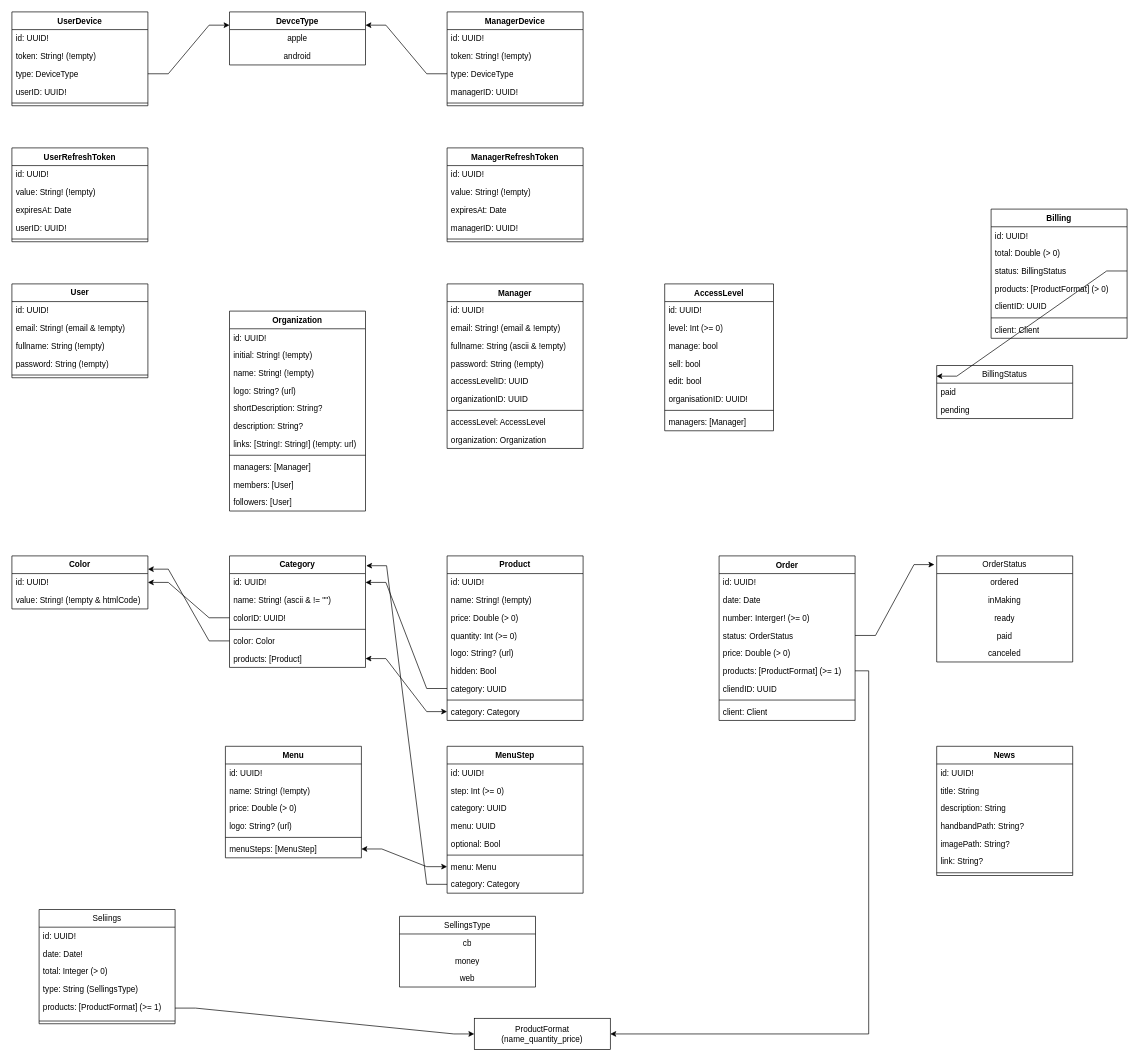
Earlier version of the draw.io diagram Labeli DB.drawio (FlorianClaisse/drawio). Source tidied: cells renumbered, new cells numbered last; positions are measured from the earlier drawing's top-left corner, leaving out a move shared by most shapes. Both pictures are drawn from the tidied source at 68%, with x=0, y=0 at pixel (12, 12).
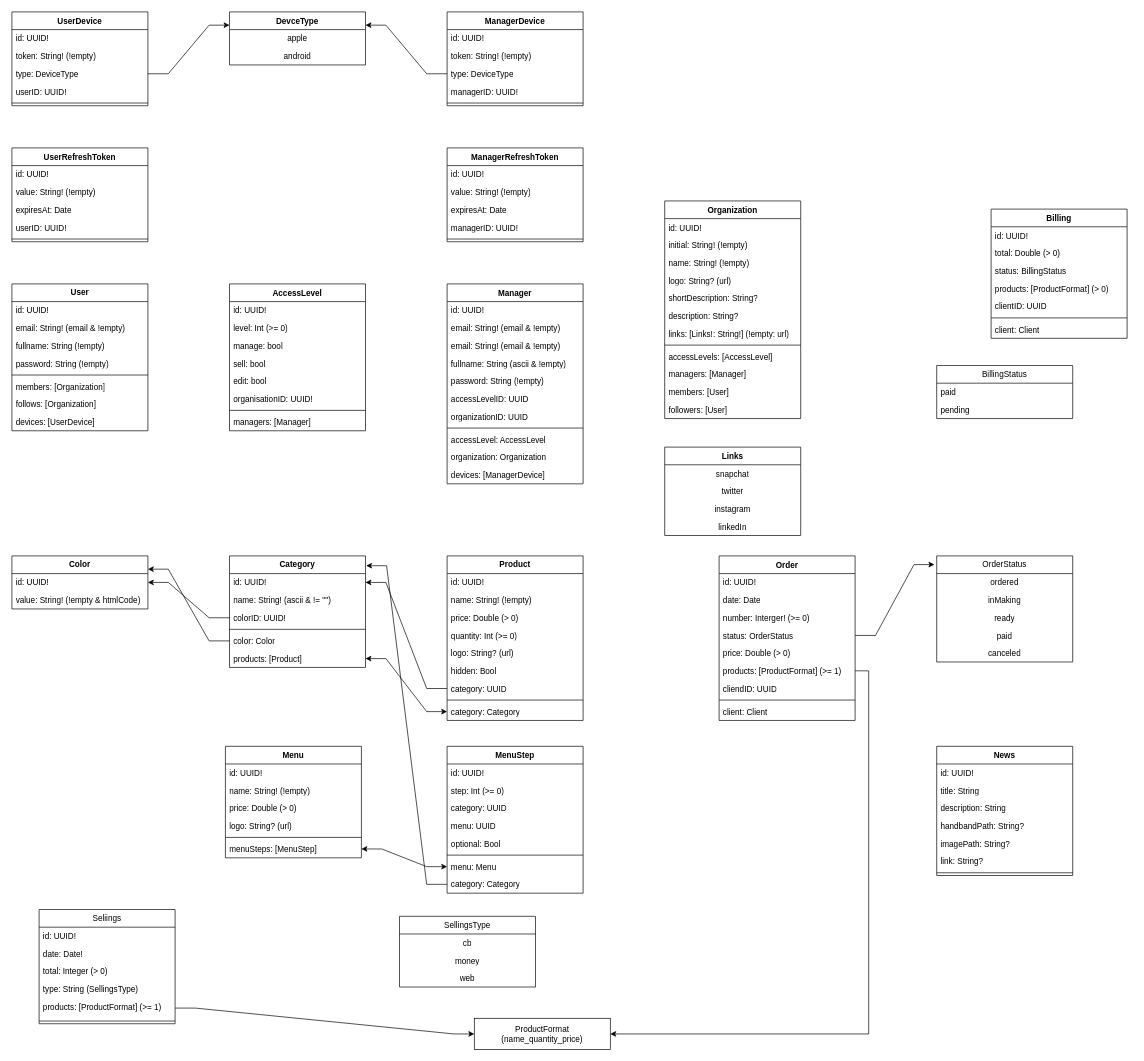
Above is the later version.

Commit message (it also covers changes not shown here):
Mettre à jour Labeli DB.drawio

The change refers to these unchanged cells:
```xml
<mxCell id="102" value="status: BillingStatus" style="text;strokeColor=none;fillColor=none;align=left;verticalAlign=top;spacingLeft=4;spacingRight=4;overflow=hidden;points=[[0,0.5],[1,0.5]];portConstraint=eastwest;whiteSpace=wrap;html=1;" parent="99" vertex="1">
  <mxGeometry y="78" width="200" height="26" as="geometry" />
</mxCell>
<mxCell id="107" value="BillingStatus" style="swimlane;fontStyle=0;horizontal=1;startSize=26;fillColor=none;whiteSpace=wrap;html=1;" parent="1" vertex="1">
  <mxGeometry x="1360" y="520" width="200" height="78" as="geometry" />
</mxCell>
```

Diff of the diagram source:
```diff
@@
     <mxCell id="9" value="User" style="swimlane;fontStyle=1;horizontal=1;startSize=26;fillColor=none;whiteSpace=wrap;html=1;" parent="1" vertex="1">
-      <mxGeometry y="400" width="200" height="138" as="geometry" />
+      <mxGeometry y="400" width="200" height="216" as="geometry" />
     </mxCell>
@@
+    <mxCell id="161" value="members: [Organization]" style="text;strokeColor=none;fillColor=none;align=left;verticalAlign=top;spacingLeft=4;spacingRight=4;overflow=hidden;whiteSpace=wrap;html=1;" parent="9" vertex="1">
+      <mxGeometry y="138" width="200" height="26" as="geometry" />
+    </mxCell>
+    <mxCell id="162" value="follows: [Organization]" style="text;strokeColor=none;fillColor=none;align=left;verticalAlign=top;spacingLeft=4;spacingRight=4;overflow=hidden;whiteSpace=wrap;html=1;" parent="9" vertex="1">
+      <mxGeometry y="164" width="200" height="26" as="geometry" />
+    </mxCell>
+    <mxCell id="163" value="devices: [UserDevice&lt;span style=&quot;background-color: initial;&quot;&gt;]&lt;/span&gt;" style="text;strokeColor=none;fillColor=none;align=left;verticalAlign=top;spacingLeft=4;spacingRight=4;overflow=hidden;whiteSpace=wrap;html=1;" parent="9" vertex="1">
+      <mxGeometry y="190" width="200" height="26" as="geometry" />
+    </mxCell>
@@
     <mxCell id="28" value="Manager" style="swimlane;fontStyle=1;align=center;verticalAlign=top;horizontal=1;startSize=26;whiteSpace=wrap;html=1;" parent="1" vertex="1">
-      <mxGeometry x="640" y="400" width="200" height="242" as="geometry" />
+      <mxGeometry x="640" y="400" width="200" height="294" as="geometry" />
     </mxCell>
@@
+    <mxCell id="164" value="email: String! (email &amp;amp; !empty)" style="text;strokeColor=none;fillColor=none;align=left;verticalAlign=top;spacingLeft=4;spacingRight=4;overflow=hidden;whiteSpace=wrap;html=1;" parent="28" vertex="1">
+      <mxGeometry y="52" width="200" height="26" as="geometry" />
+    </mxCell>
     <mxCell id="30" value="email: String! (email &amp;amp; !empty)" style="text;strokeColor=none;fillColor=none;align=left;verticalAlign=top;spacingLeft=4;spacingRight=4;overflow=hidden;whiteSpace=wrap;html=1;" parent="28" vertex="1">
-      <mxGeometry y="52" width="200" height="26" as="geometry" />
+      <mxGeometry y="78" width="200" height="26" as="geometry" />
     </mxCell>
     <mxCell id="31" value="fullname: String (ascii &amp;amp; !empty)" style="text;strokeColor=none;fillColor=none;align=left;verticalAlign=top;spacingLeft=4;spacingRight=4;overflow=hidden;whiteSpace=wrap;html=1;" parent="28" vertex="1">
-      <mxGeometry y="78" width="200" height="26" as="geometry" />
+      <mxGeometry y="104" width="200" height="26" as="geometry" />
     </mxCell>
     <mxCell id="32" value="password: String (!empty)" style="text;strokeColor=none;fillColor=none;align=left;verticalAlign=top;spacingLeft=4;spacingRight=4;overflow=hidden;whiteSpace=wrap;html=1;" parent="28" vertex="1">
-      <mxGeometry y="104" width="200" height="26" as="geometry" />
+      <mxGeometry y="130" width="200" height="26" as="geometry" />
     </mxCell>
     <mxCell id="33" value="accessLevelID: UUID" style="text;strokeColor=none;fillColor=none;align=left;verticalAlign=top;spacingLeft=4;spacingRight=4;overflow=hidden;whiteSpace=wrap;html=1;" parent="28" vertex="1">
-      <mxGeometry y="130" width="200" height="26" as="geometry" />
+      <mxGeometry y="156" width="200" height="26" as="geometry" />
     </mxCell>
     <mxCell id="34" value="organizationID: UUID&amp;nbsp;" style="text;strokeColor=none;fillColor=none;align=left;verticalAlign=top;spacingLeft=4;spacingRight=4;overflow=hidden;whiteSpace=wrap;html=1;" parent="28" vertex="1">
-      <mxGeometry y="156" width="200" height="26" as="geometry" />
+      <mxGeometry y="182" width="200" height="26" as="geometry" />
     </mxCell>
     <mxCell id="35" style="line;strokeWidth=1;fillColor=none;align=left;verticalAlign=middle;spacingTop=-1;spacingLeft=3;spacingRight=3;labelPosition=right;strokeColor=inherit;" parent="28" vertex="1">
-      <mxGeometry y="182" width="200" height="8" as="geometry" />
+      <mxGeometry y="208" width="200" height="8" as="geometry" />
     </mxCell>
     <mxCell id="36" value="accessLevel: AccessLevel" style="text;strokeColor=none;fillColor=none;align=left;verticalAlign=top;spacingLeft=4;spacingRight=4;overflow=hidden;whiteSpace=wrap;html=1;" parent="28" vertex="1">
-      <mxGeometry y="190" width="200" height="26" as="geometry" />
+      <mxGeometry y="216" width="200" height="26" as="geometry" />
     </mxCell>
     <mxCell id="37" value="organization: Organization" style="text;strokeColor=none;fillColor=none;align=left;verticalAlign=top;spacingLeft=4;spacingRight=4;overflow=hidden;whiteSpace=wrap;html=1;" parent="28" vertex="1">
-      <mxGeometry y="216" width="200" height="26" as="geometry" />
+      <mxGeometry y="242" width="200" height="26" as="geometry" />
     </mxCell>
+    <mxCell id="165" value="devices: [ManagerDevice]" style="text;strokeColor=none;fillColor=none;align=left;verticalAlign=top;spacingLeft=4;spacingRight=4;overflow=hidden;whiteSpace=wrap;html=1;" parent="28" vertex="1">
+      <mxGeometry y="268" width="200" height="26" as="geometry" />
+    </mxCell>
@@
-    <mxCell id="110" style="edgeStyle=entityRelationEdgeStyle;rounded=0;jettySize=auto;html=1;exitX=1;exitY=0.5;exitDx=0;exitDy=0;entryX=-0.002;entryY=0.201;entryDx=0;entryDy=0;entryPerimeter=0;" parent="1" edge="1" source="102" target="107">
-      <mxGeometry relative="1" as="geometry" />
-    </mxCell>
     <mxCell id="111" value="Organization" style="swimlane;fontStyle=1;align=center;verticalAlign=top;horizontal=1;startSize=26;whiteSpace=wrap;html=1;" parent="1" vertex="1">
-      <mxGeometry x="320" y="440" width="200" height="294" as="geometry" />
+      <mxGeometry x="960" y="278" width="200" height="320" as="geometry" />
     </mxCell>
@@
-    <mxCell id="118" value="links: [String!: String!] (!empty: url)" style="text;strokeColor=none;fillColor=none;align=left;verticalAlign=top;spacingLeft=4;spacingRight=4;overflow=hidden;whiteSpace=wrap;html=1;" parent="111" vertex="1">
+    <mxCell id="118" value="links: [Links!: String!] (!empty: url)" style="text;strokeColor=none;fillColor=none;align=left;verticalAlign=top;spacingLeft=4;spacingRight=4;overflow=hidden;whiteSpace=wrap;html=1;" parent="111" vertex="1">
       <mxGeometry y="182" width="200" height="26" as="geometry" />
     </mxCell>
@@
+    <mxCell id="166" value="accessLevels: [AccessLevel]" style="text;strokeColor=none;fillColor=none;align=left;verticalAlign=top;spacingLeft=4;spacingRight=4;overflow=hidden;whiteSpace=wrap;html=1;" parent="111" vertex="1">
+      <mxGeometry y="216" width="200" height="26" as="geometry" />
+    </mxCell>
     <mxCell id="120" value="managers: [Manager]&lt;div&gt;&lt;br&gt;&lt;/div&gt;" style="text;strokeColor=none;fillColor=none;align=left;verticalAlign=top;spacingLeft=4;spacingRight=4;overflow=hidden;whiteSpace=wrap;html=1;" parent="111" vertex="1">
-      <mxGeometry y="216" width="200" height="26" as="geometry" />
+      <mxGeometry y="242" width="200" height="26" as="geometry" />
     </mxCell>
     <mxCell id="121" value="members: [User]" style="text;strokeColor=none;fillColor=none;align=left;verticalAlign=top;spacingLeft=4;spacingRight=4;overflow=hidden;whiteSpace=wrap;html=1;" parent="111" vertex="1">
-      <mxGeometry y="242" width="200" height="26" as="geometry" />
+      <mxGeometry y="268" width="200" height="26" as="geometry" />
     </mxCell>
     <mxCell id="122" value="followers: [User]" style="text;strokeColor=none;fillColor=none;align=left;verticalAlign=top;spacingLeft=4;spacingRight=4;overflow=hidden;whiteSpace=wrap;html=1;" parent="111" vertex="1">
-      <mxGeometry y="268" width="200" height="26" as="geometry" />
+      <mxGeometry y="294" width="200" height="26" as="geometry" />
     </mxCell>
@@
     <mxCell id="152" value="AccessLevel" style="swimlane;fontStyle=1;align=center;verticalAlign=top;horizontal=1;startSize=26;whiteSpace=wrap;html=1;" parent="1" vertex="1">
-      <mxGeometry x="960" y="400" width="160" height="216" as="geometry" />
+      <mxGeometry x="320" y="400" width="200" height="216" as="geometry" />
     </mxCell>
     <mxCell id="153" value="id: UUID!" style="text;strokeColor=none;fillColor=none;align=left;verticalAlign=top;spacingLeft=4;spacingRight=4;overflow=hidden;whiteSpace=wrap;html=1;" parent="152" vertex="1">
-      <mxGeometry y="26" width="160" height="26" as="geometry" />
+      <mxGeometry y="26" width="200" height="26" as="geometry" />
     </mxCell>
     <mxCell id="154" value="level: Int (&amp;gt;= 0)" style="text;strokeColor=none;fillColor=none;align=left;verticalAlign=top;spacingLeft=4;spacingRight=4;overflow=hidden;whiteSpace=wrap;html=1;" parent="152" vertex="1">
-      <mxGeometry y="52" width="160" height="26" as="geometry" />
+      <mxGeometry y="52" width="200" height="26" as="geometry" />
     </mxCell>
     <mxCell id="155" value="manage: bool" style="text;strokeColor=none;fillColor=none;align=left;verticalAlign=top;spacingLeft=4;spacingRight=4;overflow=hidden;whiteSpace=wrap;html=1;" parent="152" vertex="1">
-      <mxGeometry y="78" width="160" height="26" as="geometry" />
+      <mxGeometry y="78" width="200" height="26" as="geometry" />
     </mxCell>
     <mxCell id="156" value="sell: bool" style="text;strokeColor=none;fillColor=none;align=left;verticalAlign=top;spacingLeft=4;spacingRight=4;overflow=hidden;whiteSpace=wrap;html=1;" parent="152" vertex="1">
-      <mxGeometry y="104" width="160" height="26" as="geometry" />
+      <mxGeometry y="104" width="200" height="26" as="geometry" />
     </mxCell>
     <mxCell id="157" value="edit: bool" style="text;strokeColor=none;fillColor=none;align=left;verticalAlign=top;spacingLeft=4;spacingRight=4;overflow=hidden;whiteSpace=wrap;html=1;" parent="152" vertex="1">
-      <mxGeometry y="130" width="160" height="26" as="geometry" />
+      <mxGeometry y="130" width="200" height="26" as="geometry" />
     </mxCell>
     <mxCell id="158" value="organisationID: UUID!" style="text;strokeColor=none;fillColor=none;align=left;verticalAlign=top;spacingLeft=4;spacingRight=4;overflow=hidden;whiteSpace=wrap;html=1;" parent="152" vertex="1">
-      <mxGeometry y="156" width="160" height="26" as="geometry" />
+      <mxGeometry y="156" width="200" height="26" as="geometry" />
     </mxCell>
     <mxCell id="159" style="line;strokeWidth=1;fillColor=none;align=left;verticalAlign=middle;spacingTop=-1;spacingLeft=3;spacingRight=3;labelPosition=right;strokeColor=inherit;" parent="152" vertex="1">
-      <mxGeometry y="182" width="160" height="8" as="geometry" />
+      <mxGeometry y="182" width="200" height="8" as="geometry" />
     </mxCell>
     <mxCell id="160" value="managers: [Manager]" style="text;strokeColor=none;fillColor=none;align=left;verticalAlign=top;spacingLeft=4;spacingRight=4;overflow=hidden;whiteSpace=wrap;html=1;" parent="152" vertex="1">
-      <mxGeometry y="190" width="160" height="26" as="geometry" />
+      <mxGeometry y="190" width="200" height="26" as="geometry" />
     </mxCell>
+    <mxCell id="167" value="Links" style="swimlane;fontStyle=1;align=center;verticalAlign=top;horizontal=1;startSize=26;whiteSpace=wrap;html=1;" parent="1" vertex="1">
+      <mxGeometry x="960" y="640" width="200" height="130" as="geometry" />
+    </mxCell>
+    <mxCell id="168" value="snapchat" style="text;strokeColor=none;fillColor=none;align=center;verticalAlign=top;spacingLeft=4;spacingRight=4;overflow=hidden;whiteSpace=wrap;html=1;" parent="167" vertex="1">
+      <mxGeometry y="26" width="200" height="26" as="geometry" />
+    </mxCell>
+    <mxCell id="169" value="twitter" style="text;strokeColor=none;fillColor=none;align=center;verticalAlign=top;spacingLeft=4;spacingRight=4;overflow=hidden;whiteSpace=wrap;html=1;" parent="167" vertex="1">
+      <mxGeometry y="52" width="200" height="26" as="geometry" />
+    </mxCell>
+    <mxCell id="170" value="instagram" style="text;strokeColor=none;fillColor=none;align=center;verticalAlign=top;spacingLeft=4;spacingRight=4;overflow=hidden;whiteSpace=wrap;html=1;" parent="167" vertex="1">
+      <mxGeometry y="78" width="200" height="26" as="geometry" />
+    </mxCell>
+    <mxCell id="171" value="linkedIn" style="text;strokeColor=none;fillColor=none;align=center;verticalAlign=top;spacingLeft=4;spacingRight=4;overflow=hidden;whiteSpace=wrap;html=1;" parent="167" vertex="1">
+      <mxGeometry y="104" width="200" height="26" as="geometry" />
+    </mxCell>
```
